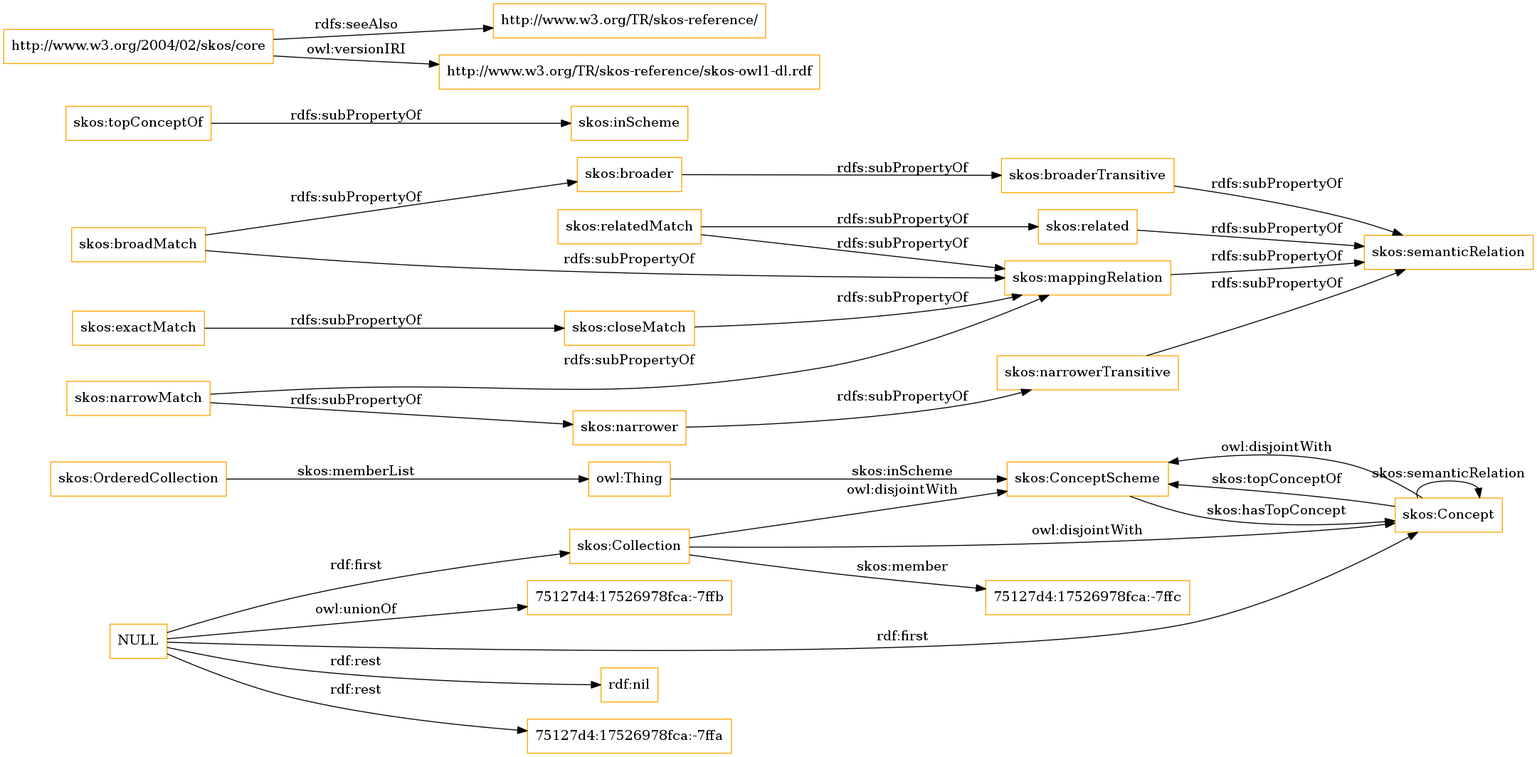
Above: OnToology/imports/skos.owl/diagrams/ar2dtool-class/skos.owl.png in OnToologyUser/core-ontology-1 (Graphviz), before the change. Its source is kept beside it as OnToology/imports/skos.owl/diagrams/ar2dtool-class/skos.owl.png.dot.
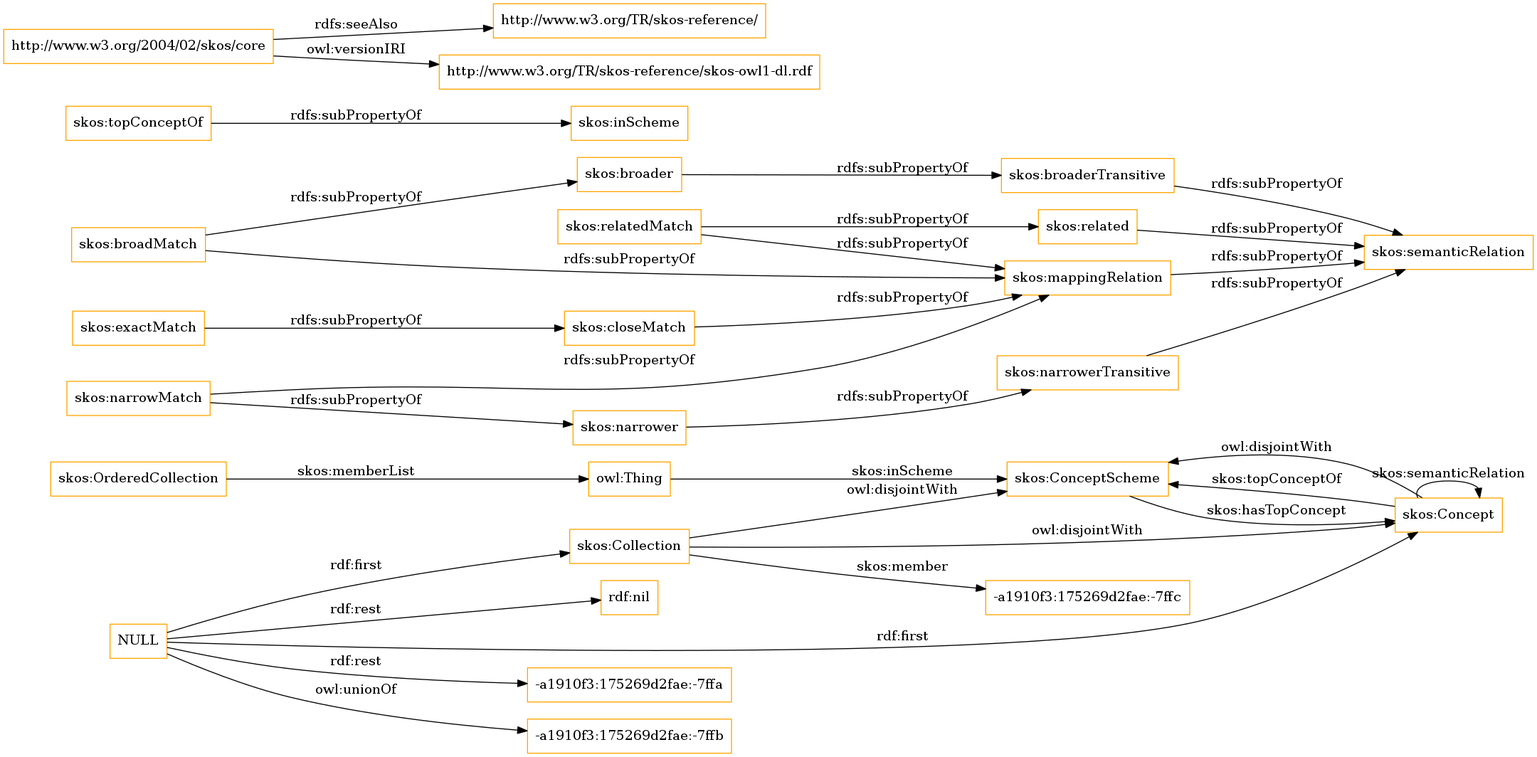
Later version of the same file.

What changed in the source:
```diff
@@ -1,13 +1,13 @@
 digraph ar2dtool_diagram {
 rankdir=LR;
 size="1501"
-node [shape = rectangle, color="orange"]; "skos:OrderedCollection" "skos:ConceptScheme" "skos:Concept" "skos:Collection" "75127d4:17526978fca:-7ffc" ; /*classes style*/
+node [shape = rectangle, color="orange"]; "skos:OrderedCollection" "skos:ConceptScheme" "skos:Concept" "skos:Collection" "-a1910f3:175269d2fae:-7ffc" ; /*classes style*/
 	"skos:narrowerTransitive" -> "skos:semanticRelation" [ label = "rdfs:subPropertyOf" ];
+	"NULL" -> "-a1910f3:175269d2fae:-7ffa" [ label = "rdf:rest" ];
+	"NULL" -> "skos:Collection" [ label = "rdf:first" ];
+	"NULL" -> "-a1910f3:175269d2fae:-7ffb" [ label = "owl:unionOf" ];
 	"NULL" -> "rdf:nil" [ label = "rdf:rest" ];
 	"NULL" -> "skos:Concept" [ label = "rdf:first" ];
-	"NULL" -> "75127d4:17526978fca:-7ffa" [ label = "rdf:rest" ];
-	"NULL" -> "skos:Collection" [ label = "rdf:first" ];
-	"NULL" -> "75127d4:17526978fca:-7ffb" [ label = "owl:unionOf" ];
 	"skos:closeMatch" -> "skos:mappingRelation" [ label = "rdfs:subPropertyOf" ];
 	"skos:Concept" -> "skos:ConceptScheme" [ label = "owl:disjointWith" ];
 	"skos:relatedMatch" -> "skos:related" [ label = "rdfs:subPropertyOf" ];
@@ -30,7 +30,7 @@
 	"skos:OrderedCollection" -> "owl:Thing" [ label = "skos:memberList" ];
 	"skos:Concept" -> "skos:ConceptScheme" [ label = "skos:topConceptOf" ];
 	"skos:Concept" -> "skos:Concept" [ label = "skos:semanticRelation" ];
-	"skos:Collection" -> "75127d4:17526978fca:-7ffc" [ label = "skos:member" ];
+	"skos:Collection" -> "-a1910f3:175269d2fae:-7ffc" [ label = "skos:member" ];
 	"skos:ConceptScheme" -> "skos:Concept" [ label = "skos:hasTopConcept" ];
 	"owl:Thing" -> "skos:ConceptScheme" [ label = "skos:inScheme" ];
 
```
